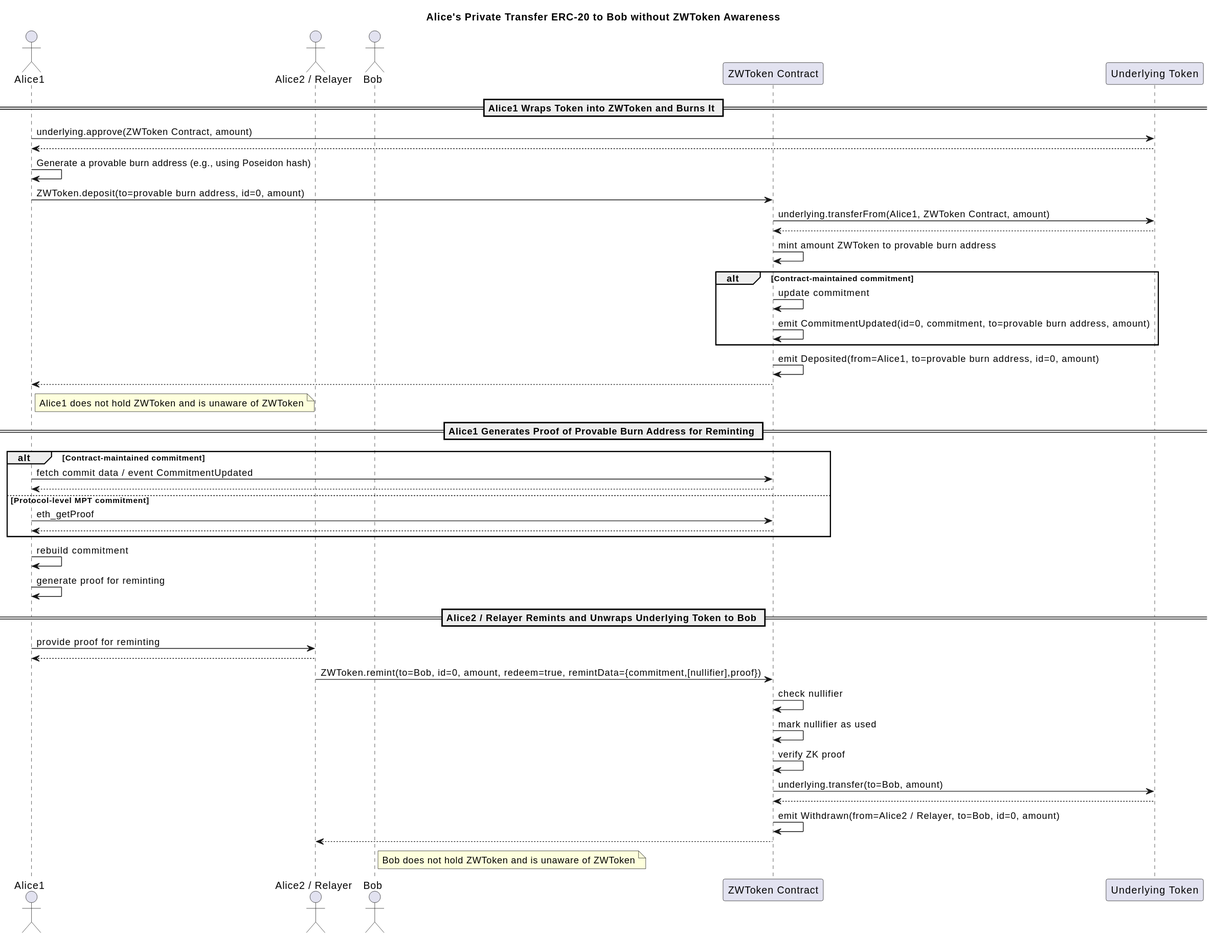
The PlantUML diagram assets/erc-8065/flow2.svg in ethereum/ERCs, before a commit.
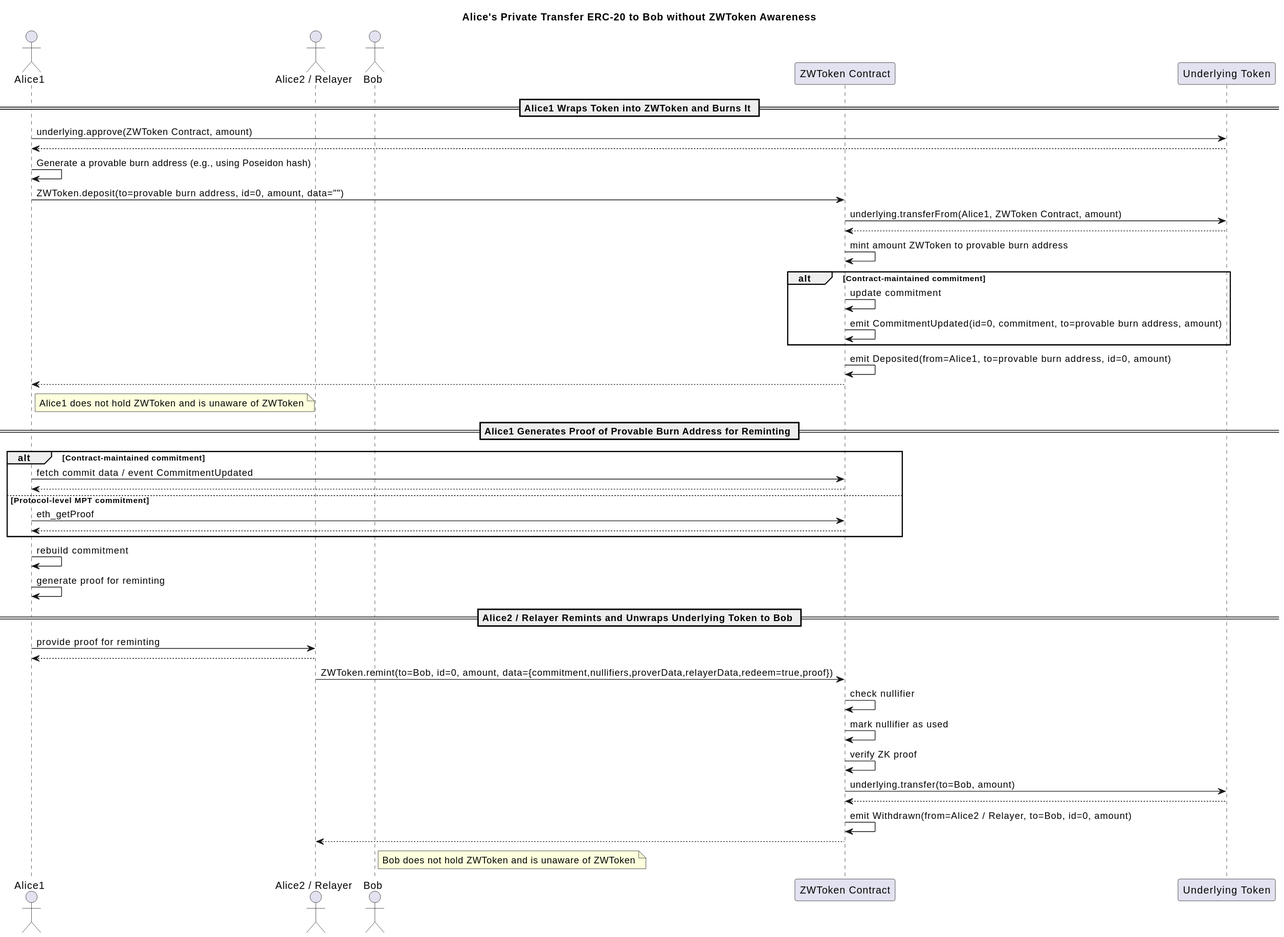
After the change.

Commit message:
Update ERC-8065: update sequence flowchart

The edit, as a diff of the source:
```diff
@@ -11,7 +11,7 @@
 Alice1 -> U : underlying.approve(ZWToken Contract, amount)
 Alice1 <-- U
 Alice1 -> Alice1 : Generate a provable burn address (e.g., using Poseidon hash)
-Alice1 -> ZW : ZWToken.deposit(to=provable burn address, id=0, amount)
+Alice1 -> ZW : ZWToken.deposit(to=provable burn address, id=0, amount, data="")
 ZW -> U : underlying.transferFrom(Alice1, ZWToken Contract, amount)
 ZW <-- U
 ZW -> ZW : mint amount ZWToken to provable burn address
@@ -37,7 +37,7 @@
 == Alice2 / Relayer Remints and Unwraps Underlying Token to Bob ==
 Alice1 -> Alice2 : provide proof for reminting
 Alice1 <-- Alice2
-Alice2 -> ZW : ZWToken.remint(to=Bob, id=0, amount, redeem=true, remintData={commitment,[nullifier],proof})
+Alice2 -> ZW : ZWToken.remint(to=Bob, id=0, amount, data={commitment,nullifiers,proverData,relayerData,redeem=true,proof})
 ZW -> ZW : check nullifier
 ZW -> ZW : mark nullifier as used
 ZW -> ZW : verify ZK proof
```
